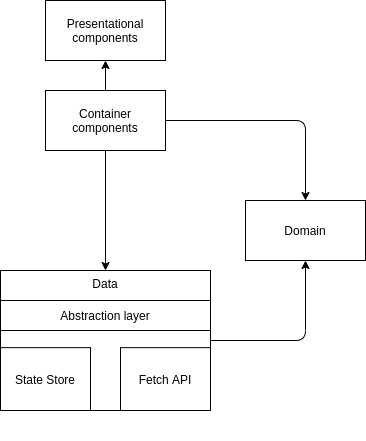
This is docs/design/img/frontend-blocks.png from inmanta/web-console, a draw.io export, as it was before one commit. Source tidied: cells renumbered, new cells last; positions are measured from the earlier drawing's top-left corner, leaving out a move shared by most shapes.
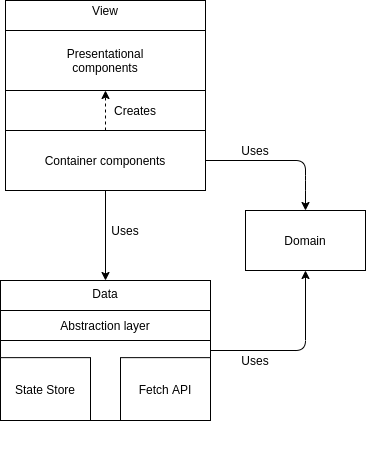
The same diagram one commit later.

Diff of the diagram source:
```diff
@@ -2,22 +2,26 @@
   <root>
     <mxCell id="0" />
     <mxCell id="1" parent="0" />
+    <mxCell id="14" style="rounded=0;whiteSpace=wrap;html=1;" parent="1" vertex="1">
+      <mxGeometry x="5" y="-10" width="200" height="190" as="geometry" />
+    </mxCell>
     <mxCell id="2" value="Presentational&lt;br&gt;components" style="rounded=0;whiteSpace=wrap;html=1;" parent="1" vertex="1">
-      <mxGeometry x="45" width="120" height="60" as="geometry" />
+      <mxGeometry x="5" y="20" width="200" height="60" as="geometry" />
     </mxCell>
     <mxCell id="3" value="Container components" style="rounded=0;whiteSpace=wrap;html=1;" parent="1" vertex="1">
-      <mxGeometry x="45" y="90" width="120" height="60" as="geometry" />
+      <mxGeometry x="5" y="120" width="200" height="60" as="geometry" />
     </mxCell>
     <mxCell id="4" value="Domain" style="rounded=0;whiteSpace=wrap;html=1;" parent="1" vertex="1">
       <mxGeometry x="245" y="200" width="120" height="60" as="geometry" />
     </mxCell>
-    <mxCell id="5" style="endArrow=classic;html=1;entryX=0.5;entryY=1;entryDx=0;entryDy=0;exitX=0.5;exitY=0;exitDx=0;exitDy=0;" parent="1" edge="1" source="3" target="2">
+    <mxCell id="5" style="endArrow=classic;html=1;entryX=0.5;entryY=1;entryDx=0;entryDy=0;exitX=0.5;exitY=0;exitDx=0;exitDy=0;dashed=1;" parent="1" edge="1" source="3" target="2">
       <mxGeometry relative="1" as="geometry" />
     </mxCell>
     <mxCell id="6" style="endArrow=classic;html=1;exitX=1;exitY=0.5;exitDx=0;exitDy=0;entryX=0.5;entryY=0;entryDx=0;entryDy=0;" parent="1" edge="1" source="3" target="4">
       <mxGeometry relative="1" as="geometry">
         <Array as="points">
-          <mxPoint x="305" y="120" />
+          <mxPoint x="305" y="150" />
+          <mxPoint x="305" y="170" />
         </Array>
       </mxGeometry>
     </mxCell>
@@ -46,5 +50,20 @@
     <mxCell id="13" style="endArrow=classic;html=1;exitX=0.5;exitY=1;exitDx=0;exitDy=0;entryX=0.5;entryY=0;entryDx=0;entryDy=0;" parent="1" edge="1" source="3" target="9">
       <mxGeometry relative="1" as="geometry" />
     </mxCell>
+    <mxCell id="15" value="Creates" style="text;html=1;strokeColor=none;fillColor=none;align=center;verticalAlign=middle;whiteSpace=wrap;rounded=0;" parent="1" vertex="1">
+      <mxGeometry x="115" y="90" width="40" height="20" as="geometry" />
+    </mxCell>
+    <mxCell id="16" value="Uses" style="text;html=1;strokeColor=none;fillColor=none;align=center;verticalAlign=middle;whiteSpace=wrap;rounded=0;" parent="1" vertex="1">
+      <mxGeometry x="235" y="340" width="40" height="20" as="geometry" />
+    </mxCell>
+    <mxCell id="17" value="Uses" style="text;html=1;strokeColor=none;fillColor=none;align=center;verticalAlign=middle;whiteSpace=wrap;rounded=0;" parent="1" vertex="1">
+      <mxGeometry x="235" y="130" width="40" height="20" as="geometry" />
+    </mxCell>
+    <mxCell id="18" value="Uses" style="text;html=1;strokeColor=none;fillColor=none;align=center;verticalAlign=middle;whiteSpace=wrap;rounded=0;" parent="1" vertex="1">
+      <mxGeometry x="105" y="210" width="40" height="20" as="geometry" />
+    </mxCell>
+    <mxCell id="19" value="View" style="text;html=1;strokeColor=none;fillColor=none;align=center;verticalAlign=middle;whiteSpace=wrap;rounded=0;" parent="1" vertex="1">
+      <mxGeometry x="85" y="-10" width="40" height="20" as="geometry" />
+    </mxCell>
   </root>
 </mxGraphModel>
```
